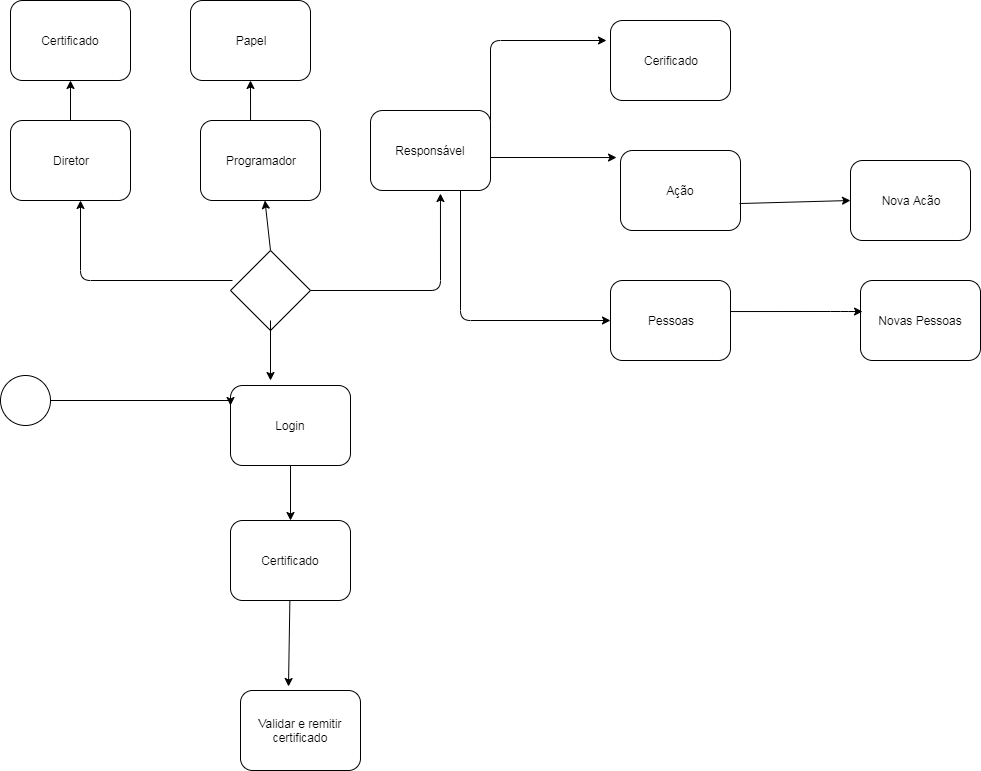
Earlier version of the draw.io export Documentos/Fluxograma_certificado_v0.1.png (technocientista/certificado). Source tidied: cells renumbered, new cells last; positions are measured from the earlier drawing's top-left corner, leaving out a move shared by most shapes.
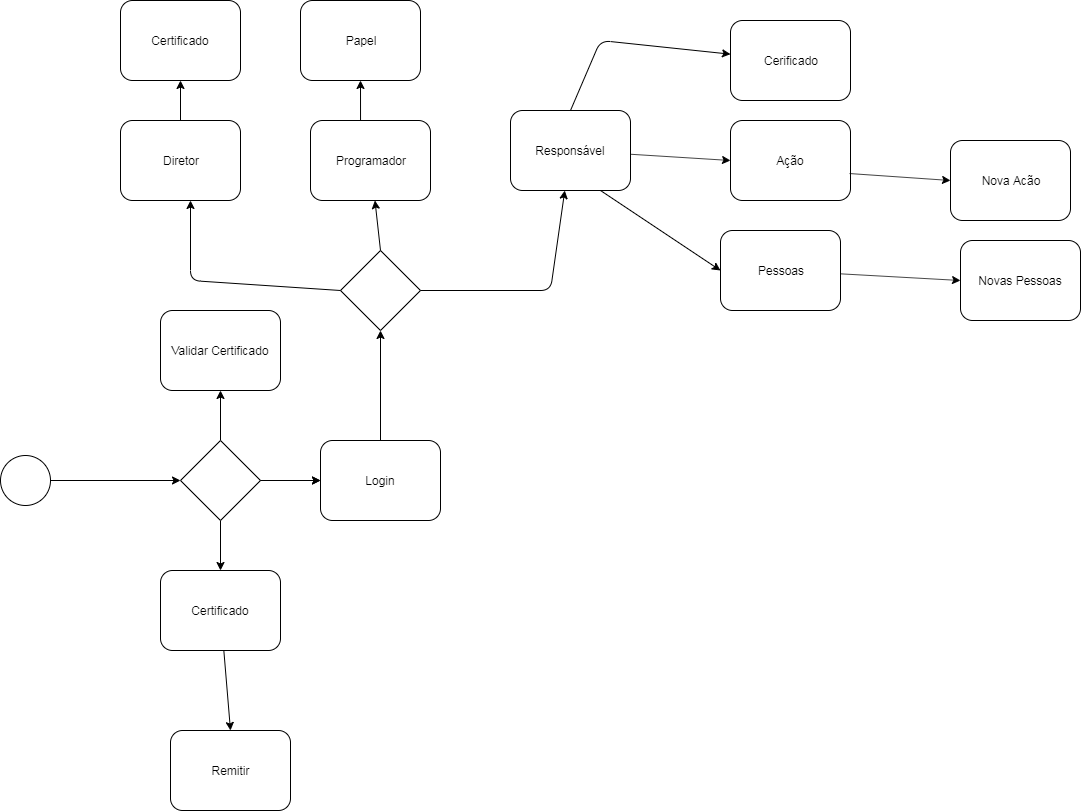
The same diagram one commit later.

Change to the diagram source:
```diff
@@ -3,18 +3,11 @@
     <mxCell id="0" />
     <mxCell id="1" parent="0" />
     <mxCell id="2" style="shape=mxgraph.bpmn.shape;html=1;verticalLabelPosition=bottom;labelBackgroundColor=#ffffff;verticalAlign=top;perimeter=ellipsePerimeter;outline=standard;symbol=general;" parent="1" vertex="1">
-      <mxGeometry y="375" width="50" height="50" as="geometry" />
+      <mxGeometry x="-110" y="455" width="50" height="50" as="geometry" />
     </mxCell>
     <mxCell id="3" value="Login" style="shape=ext;rounded=1;html=1;whiteSpace=wrap;" parent="1" vertex="1">
-      <mxGeometry x="230" y="385" width="120" height="80" as="geometry" />
+      <mxGeometry x="210" y="440" width="120" height="80" as="geometry" />
     </mxCell>
-    <mxCell id="4" style="edgeStyle=orthogonalEdgeStyle;rounded=0;html=1;jettySize=auto;entryX=0;entryY=0.25;entryDx=0;entryDy=0;" parent="1" edge="1" source="2" target="3">
-      <mxGeometry relative="1" as="geometry">
-        <Array as="points">
-          <mxPoint x="230" y="400" />
-        </Array>
-      </mxGeometry>
-    </mxCell>
     <mxCell id="5" style="rhombus;whiteSpace=wrap;html=1;" parent="1" vertex="1">
       <mxGeometry x="230" y="250" width="80" height="80" as="geometry" />
     </mxCell>
@@ -25,53 +18,43 @@
       <mxGeometry x="200" y="120" width="120" height="80" as="geometry" />
     </mxCell>
     <mxCell id="8" value="Responsável" style="shape=ext;rounded=1;html=1;whiteSpace=wrap;" parent="1" vertex="1">
-      <mxGeometry x="370" y="110" width="120" height="80" as="geometry" />
+      <mxGeometry x="400" y="110" width="120" height="80" as="geometry" />
     </mxCell>
     <mxCell id="9" value="Certificado" style="shape=ext;rounded=1;html=1;whiteSpace=wrap;" parent="1" vertex="1">
-      <mxGeometry x="230" y="520" width="120" height="80" as="geometry" />
+      <mxGeometry x="50" y="570" width="120" height="80" as="geometry" />
     </mxCell>
-    <mxCell id="10" value="Validar e remitir certificado" style="shape=ext;rounded=1;html=1;whiteSpace=wrap;" parent="1" vertex="1">
-      <mxGeometry x="240" y="690" width="120" height="80" as="geometry" />
+    <mxCell id="10" value="Remitir" style="shape=ext;rounded=1;html=1;whiteSpace=wrap;" parent="1" vertex="1">
+      <mxGeometry x="60" y="730" width="120" height="80" as="geometry" />
     </mxCell>
-    <mxCell id="11" style="endArrow=classic;html=1;entryX=0.4;entryY=-0.05;entryDx=0;entryDy=0;entryPerimeter=0;" parent="1" edge="1" source="9" target="10">
+    <mxCell id="11" style="endArrow=classic;html=1;entryX=0.5;entryY=0;entryDx=0;entryDy=0;" parent="1" edge="1" source="9" target="10">
       <mxGeometry relative="1" as="geometry" />
     </mxCell>
     <mxCell id="12" value="Cerificado&lt;span style=&quot;font-family: &amp;#34;helvetica&amp;#34; , &amp;#34;arial&amp;#34; , sans-serif ; font-size: 0px ; white-space: nowrap&quot;&gt;%3CmxGraphModel%3E%3Croot%3E%3CmxCell%20id%3D%220%22%2F%3E%3CmxCell%20id%3D%221%22%20parent%3D%220%22%2F%3E%3CmxCell%20id%3D%222%22%20value%3D%22Validar%20e%20remitir%20certificado%22%20style%3D%22shape%3Dext%3Brounded%3D1%3Bhtml%3D1%3BwhiteSpace%3Dwrap%3B%22%20vertex%3D%221%22%20parent%3D%221%22%3E%3CmxGeometry%20x%3D%22740%22%20y%3D%22400%22%20width%3D%22120%22%20height%3D%2280%22%20as%3D%22geometry%22%2F%3E%3C%2FmxCell%3E%3C%2Froot%3E%3C%2FmxGraphModel%3E&lt;/span&gt;&lt;span style=&quot;font-family: &amp;#34;helvetica&amp;#34; , &amp;#34;arial&amp;#34; , sans-serif ; font-size: 0px ; white-space: nowrap&quot;&gt;%3CmxGraphModel%3E%3Croot%3E%3CmxCell%20id%3D%220%22%2F%3E%3CmxCell%20id%3D%221%22%20parent%3D%220%22%2F%3E%3CmxCell%20id%3D%222%22%20value%3D%22Validar%20e%20remitir%20certificado%22%20style%3D%22shape%3Dext%3Brounded%3D1%3Bhtml%3D1%3BwhiteSpace%3Dwrap%3B%22%20vertex%3D%221%22%20parent%3D%221%22%3E%3CmxGeometry%20x%3D%22740%22%20y%3D%22400%22%20width%3D%22120%22%20height%3D%2280%22%20as%3D%22geometry%22%2F%3E%3C%2FmxCell%3E%3C%2Froot%3E%3C%2FmxGraphModel%3E&lt;/span&gt;" style="shape=ext;rounded=1;html=1;whiteSpace=wrap;" parent="1" vertex="1">
-      <mxGeometry x="610" y="20" width="120" height="80" as="geometry" />
+      <mxGeometry x="620" y="20" width="120" height="80" as="geometry" />
     </mxCell>
     <mxCell id="13" value="Ação" style="shape=ext;rounded=1;html=1;whiteSpace=wrap;" parent="1" vertex="1">
-      <mxGeometry x="620" y="150" width="120" height="80" as="geometry" />
+      <mxGeometry x="620" y="120" width="120" height="80" as="geometry" />
     </mxCell>
     <mxCell id="14" value="Pessoas" style="shape=ext;rounded=1;html=1;whiteSpace=wrap;" parent="1" vertex="1">
-      <mxGeometry x="610" y="280" width="120" height="80" as="geometry" />
+      <mxGeometry x="610" y="230" width="120" height="80" as="geometry" />
     </mxCell>
     <mxCell id="15" value="Papel" style="shape=ext;rounded=1;html=1;whiteSpace=wrap;" parent="1" vertex="1">
       <mxGeometry x="190" width="120" height="80" as="geometry" />
     </mxCell>
     <mxCell id="16" value="Nova Acão" style="shape=ext;rounded=1;html=1;whiteSpace=wrap;" parent="1" vertex="1">
-      <mxGeometry x="850" y="160" width="120" height="80" as="geometry" />
+      <mxGeometry x="840" y="140" width="120" height="80" as="geometry" />
     </mxCell>
     <mxCell id="17" value="Novas Pessoas" style="shape=ext;rounded=1;html=1;whiteSpace=wrap;" parent="1" vertex="1">
-      <mxGeometry x="860" y="280" width="120" height="80" as="geometry" />
+      <mxGeometry x="850" y="240" width="120" height="80" as="geometry" />
     </mxCell>
     <mxCell id="18" style="endArrow=classic;html=1;entryX=0;entryY=0.5;entryDx=0;entryDy=0;exitX=0.992;exitY=0.663;exitDx=0;exitDy=0;exitPerimeter=0;" parent="1" edge="1" source="13" target="16">
       <mxGeometry relative="1" as="geometry" />
     </mxCell>
-    <mxCell id="19" style="endArrow=classic;html=1;entryX=0.017;entryY=0.388;entryDx=0;entryDy=0;exitX=1;exitY=0.388;exitDx=0;exitDy=0;exitPerimeter=0;entryPerimeter=0;" parent="1" edge="1" source="14" target="17">
-      <mxGeometry relative="1" as="geometry">
-        <Array as="points">
-          <mxPoint x="840" y="311" />
-        </Array>
-      </mxGeometry>
-    </mxCell>
-    <mxCell id="20" style="endArrow=classic;html=1;exitX=0.5;exitY=0.875;exitDx=0;exitDy=0;exitPerimeter=0;" parent="1" edge="1" source="5">
-      <mxGeometry relative="1" as="geometry">
-        <mxPoint x="270" y="380" as="targetPoint" />
-      </mxGeometry>
+    <mxCell id="20" style="endArrow=classic;html=1;exitX=0.5;exitY=0;exitDx=0;exitDy=0;entryX=0.5;entryY=1;entryDx=0;entryDy=0;" parent="1" edge="1" source="3" target="5">
+      <mxGeometry relative="1" as="geometry" />
     </mxCell>
-    <mxCell id="21" style="endArrow=classic;html=1;" parent="1" edge="1">
+    <mxCell id="21" style="endArrow=classic;html=1;exitX=0;exitY=0.5;exitDx=0;exitDy=0;" parent="1" edge="1" source="5">
       <mxGeometry relative="1" as="geometry">
-        <mxPoint x="232" y="280" as="sourcePoint" />
         <mxPoint x="80" y="200" as="targetPoint" />
         <Array as="points">
           <mxPoint x="80" y="280" />
@@ -81,7 +64,7 @@
     <mxCell id="22" style="endArrow=classic;html=1;exitX=0.5;exitY=0;exitDx=0;exitDy=0;" parent="1" edge="1" source="5" target="7">
       <mxGeometry relative="1" as="geometry" />
     </mxCell>
-    <mxCell id="23" style="endArrow=classic;html=1;entryX=0.583;entryY=1.038;entryDx=0;entryDy=0;entryPerimeter=0;" parent="1" edge="1" source="5" target="8">
+    <mxCell id="23" style="endArrow=classic;html=1;" parent="1" edge="1" source="5" target="8">
       <mxGeometry relative="1" as="geometry">
         <Array as="points">
           <mxPoint x="440" y="290" />
@@ -91,28 +74,20 @@
     <mxCell id="24" style="endArrow=classic;html=1;entryX=0.5;entryY=1;entryDx=0;entryDy=0;exitX=0.417;exitY=0;exitDx=0;exitDy=0;exitPerimeter=0;" parent="1" edge="1" source="7" target="15">
       <mxGeometry relative="1" as="geometry" />
     </mxCell>
-    <mxCell id="25" style="endArrow=classic;html=1;" parent="1" edge="1">
+    <mxCell id="25" style="endArrow=classic;html=1;exitX=0.5;exitY=0;exitDx=0;exitDy=0;" parent="1" edge="1" source="8" target="12">
       <mxGeometry relative="1" as="geometry">
-        <mxPoint x="490" y="120" as="sourcePoint" />
-        <mxPoint x="606" y="40" as="targetPoint" />
         <Array as="points">
           <mxPoint x="490" y="40" />
         </Array>
       </mxGeometry>
     </mxCell>
     <mxCell id="26" style="endArrow=classic;html=1;exitX=0.75;exitY=1;exitDx=0;exitDy=0;entryX=0;entryY=0.5;entryDx=0;entryDy=0;" parent="1" edge="1" source="8" target="14">
-      <mxGeometry relative="1" as="geometry">
-        <Array as="points">
-          <mxPoint x="460" y="320" />
-        </Array>
-      </mxGeometry>
+      <mxGeometry relative="1" as="geometry" />
     </mxCell>
-    <mxCell id="27" style="endArrow=classic;html=1;entryX=-0.033;entryY=0.088;entryDx=0;entryDy=0;entryPerimeter=0;" parent="1" edge="1" target="13">
-      <mxGeometry relative="1" as="geometry">
-        <mxPoint x="490" y="157" as="sourcePoint" />
-      </mxGeometry>
+    <mxCell id="27" style="endArrow=classic;html=1;entryX=0;entryY=0.5;entryDx=0;entryDy=0;" parent="1" edge="1" source="8" target="13">
+      <mxGeometry relative="1" as="geometry" />
     </mxCell>
-    <mxCell id="28" style="endArrow=classic;html=1;entryX=0.5;entryY=0;entryDx=0;entryDy=0;" parent="1" edge="1" source="3" target="9">
+    <mxCell id="28" style="endArrow=classic;html=1;entryX=0.5;entryY=0;entryDx=0;entryDy=0;exitX=0.5;exitY=1;exitDx=0;exitDy=0;" parent="1" edge="1" source="33" target="9">
       <mxGeometry relative="1" as="geometry" />
     </mxCell>
     <mxCell id="29" value="Certificado" style="shape=ext;rounded=1;html=1;whiteSpace=wrap;" parent="1" vertex="1">
@@ -121,5 +96,30 @@
     <mxCell id="30" style="endArrow=classic;html=1;exitX=0.5;exitY=0;exitDx=0;exitDy=0;" parent="1" edge="1" source="6" target="29">
       <mxGeometry relative="1" as="geometry" />
     </mxCell>
+    <mxCell id="31" style="endArrow=classic;html=1;exitX=0.5;exitY=0;exitDx=0;exitDy=0;" parent="1" edge="1" source="33">
+      <mxGeometry relative="1" as="geometry">
+        <mxPoint x="110" y="390" as="targetPoint" />
+      </mxGeometry>
+    </mxCell>
+    <mxCell id="32" style="edgeStyle=orthogonalEdgeStyle;rounded=0;jettySize=auto;html=1;" parent="1" edge="1" source="33" target="3">
+      <mxGeometry relative="1" as="geometry" />
+    </mxCell>
+    <mxCell id="33" style="rhombus;whiteSpace=wrap;html=1;" parent="1" vertex="1">
+      <mxGeometry x="70" y="440" width="80" height="80" as="geometry" />
+    </mxCell>
+    <mxCell id="34" style="endArrow=classic;html=1;exitX=1;exitY=0.5;exitDx=0;exitDy=0;entryX=0;entryY=0.5;entryDx=0;entryDy=0;" parent="1" edge="1" source="33" target="3">
+      <mxGeometry relative="1" as="geometry" />
+    </mxCell>
+    <mxCell id="35" style="edgeStyle=orthogonalEdgeStyle;rounded=0;jettySize=auto;html=1;" parent="1" edge="1" source="2">
+      <mxGeometry relative="1" as="geometry">
+        <mxPoint x="70" y="480" as="targetPoint" />
+      </mxGeometry>
+    </mxCell>
+    <mxCell id="36" value="Validar Certificado" style="shape=ext;rounded=1;html=1;whiteSpace=wrap;" parent="1" vertex="1">
+      <mxGeometry x="50" y="310" width="120" height="80" as="geometry" />
+    </mxCell>
+    <mxCell id="19" style="endArrow=classic;html=1;entryX=0;entryY=0.5;entryDx=0;entryDy=0;" parent="1" edge="1" source="14" target="17">
+      <mxGeometry relative="1" as="geometry" />
+    </mxCell>
   </root>
 </mxGraphModel>
```
